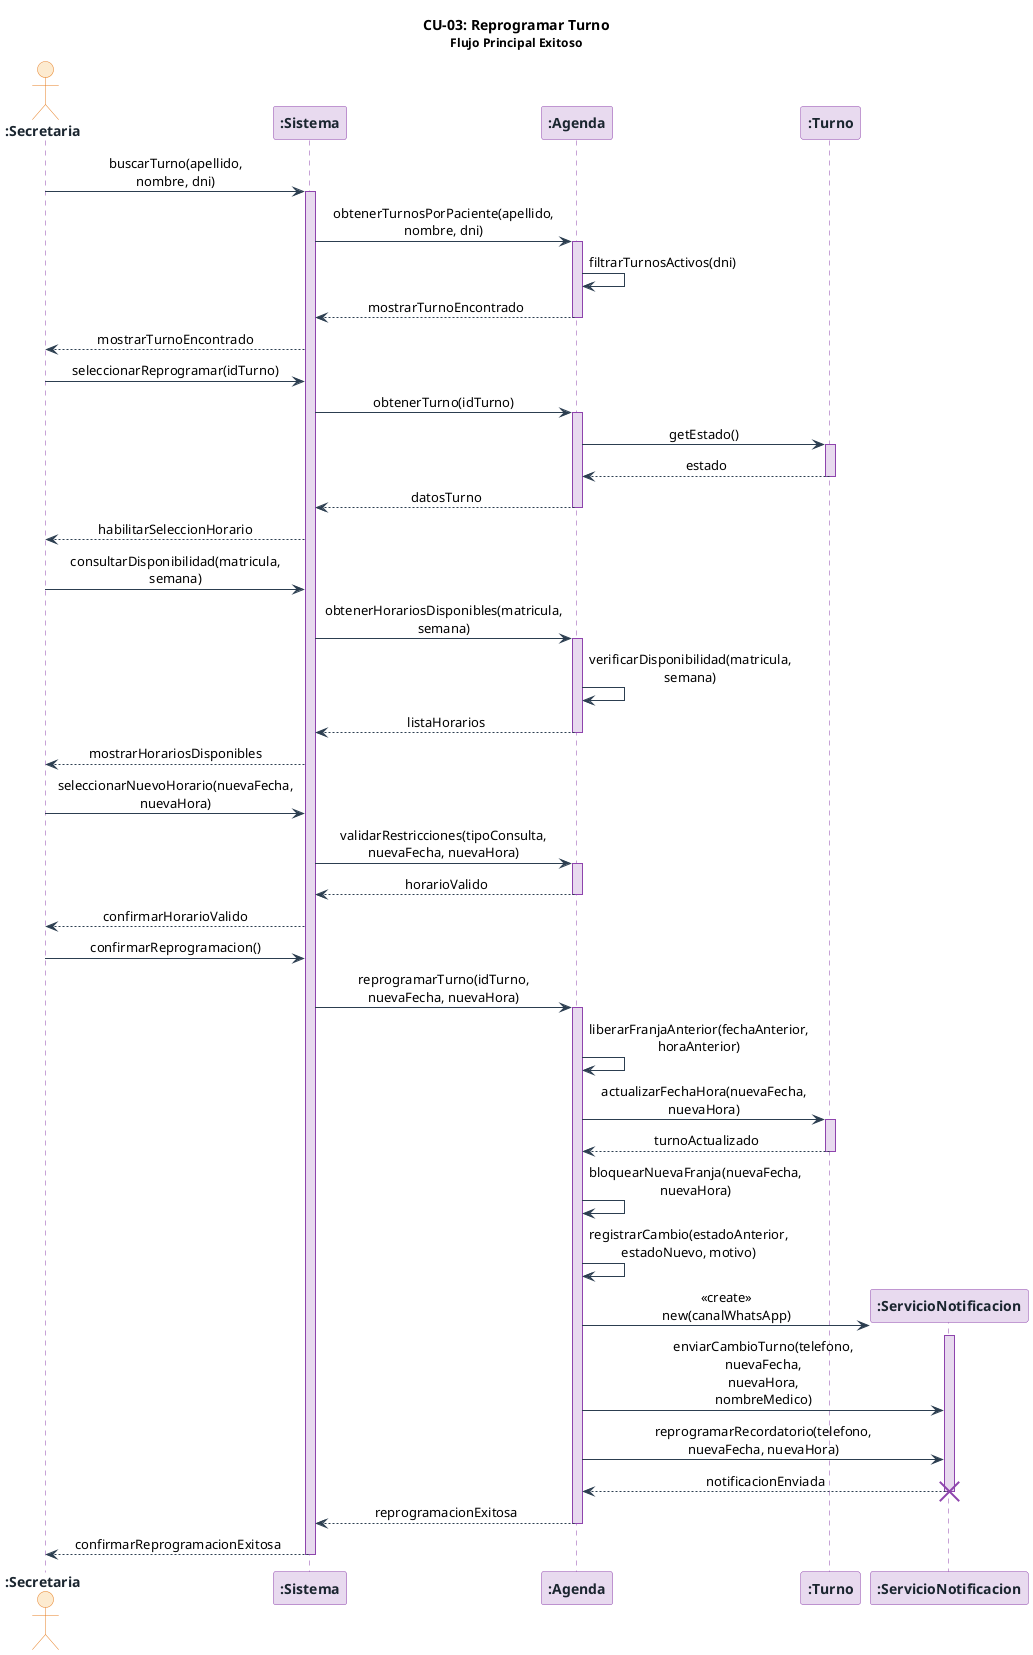
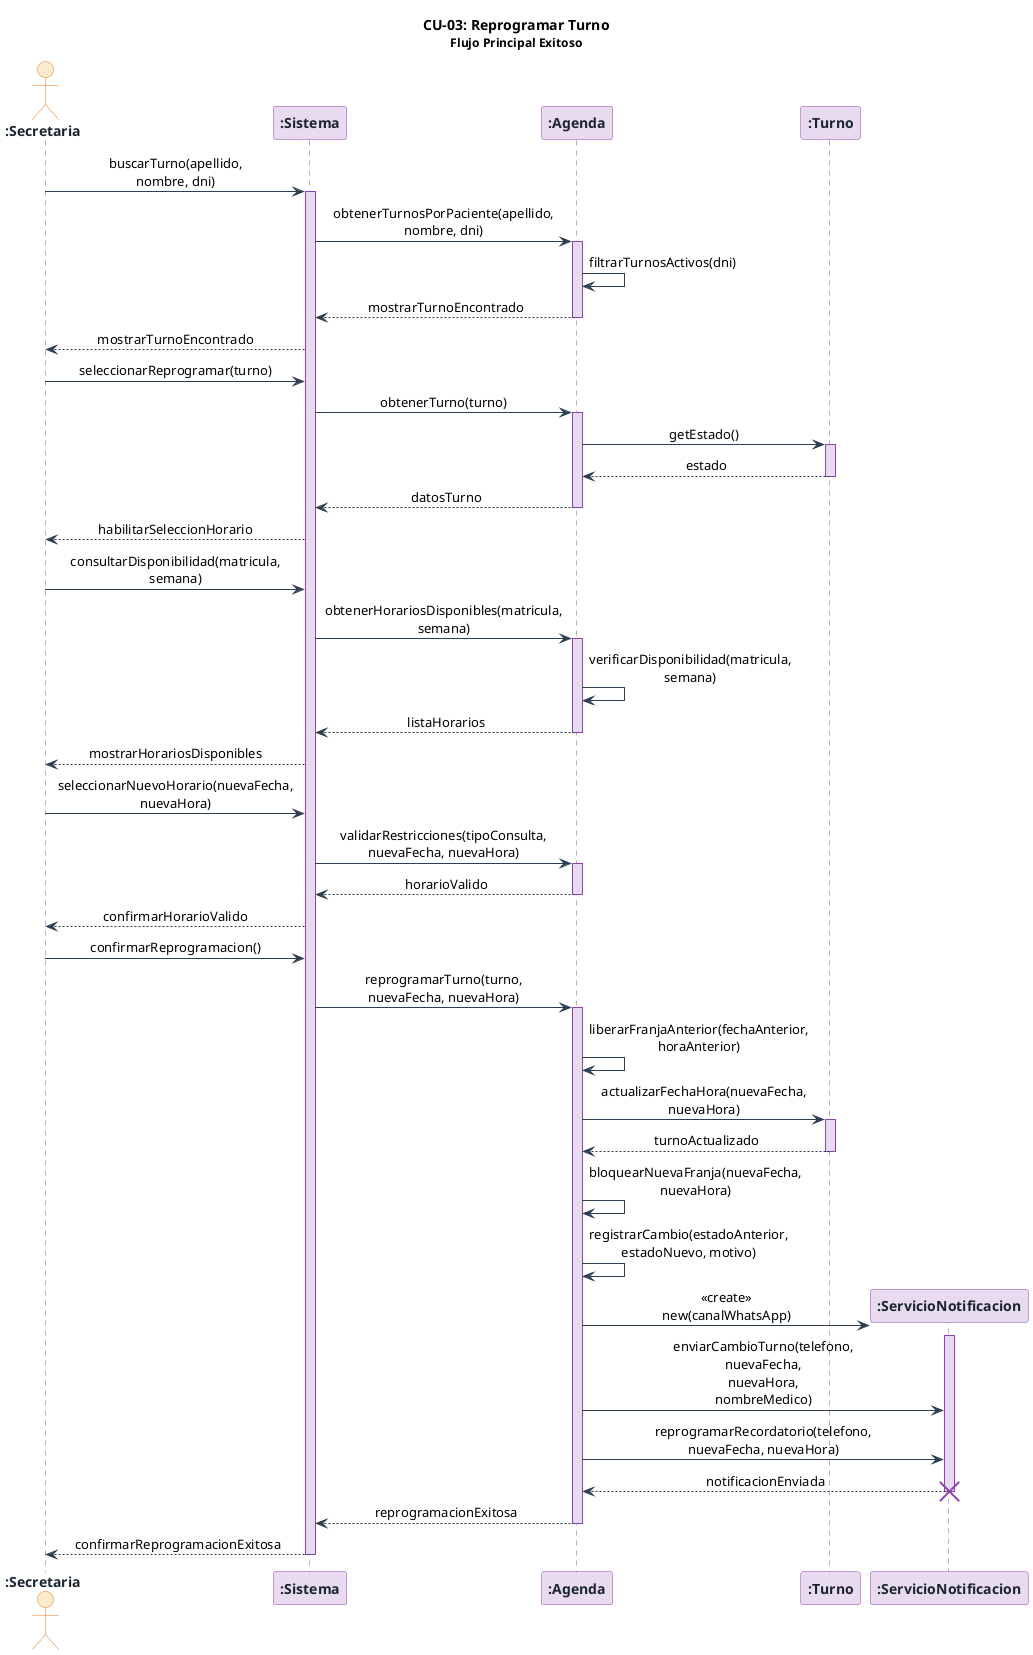
@startuml 05-cu03-reprogramar-turno

skinparam sequenceMessageAlign center
skinparam responseMessageBelowArrow true
skinparam maxMessageSize 160
skinparam sequence {
    ArrowColor          #2C3E50
    LifeLineBorderColor #8E44AD
    LifeLineBackgroundColor #E8DAEF
    BoxBackgroundColor  #FDFEFE
    BoxBorderColor      #2C3E50
}
skinparam participant {
    BackgroundColor #E8DAEF
    BorderColor     #8E44AD
    FontColor       #1A252F
    FontStyle       bold
}
skinparam actor {
    BackgroundColor #FDEBD0
    BorderColor     #E67E22
    FontColor       #1A252F
    FontStyle       bold
}

title **CU-03: Reprogramar Turno**\n<size:12>Flujo Principal Exitoso</size>

actor       ":Secretaria"               as secretaria
participant ":Sistema"                  as sistema
participant ":Agenda"                   as agenda
participant ":Turno"                    as turno
participant ":ServicioNotificacion"     as svcNotificacion

' ── 1. La secretaria busca el turno del paciente (paso 2) ──────────────────
secretaria  ->  sistema             : buscarTurno(apellido, nombre, dni)
activate sistema
sistema     ->  agenda              : obtenerTurnosPorPaciente(apellido, nombre, dni)
activate agenda
agenda      ->  agenda              : filtrarTurnosActivos(dni)
agenda      -->  sistema            : mostrarTurnoEncontrado
deactivate agenda
sistema     -->  secretaria         : mostrarTurnoEncontrado

' ── 2. La secretaria selecciona el turno y elige "Reprogramar" (pasos 3-4) ─
- secretaria  ->  sistema             : seleccionarReprogramar(idTurno)
- sistema     ->  agenda              : obtenerTurno(idTurno)
+ secretaria  ->  sistema             : seleccionarReprogramar(turno)
+ sistema     ->  agenda              : obtenerTurno(turno)
activate agenda
agenda      ->  turno               : getEstado()
activate turno
turno       -->  agenda             : estado
deactivate turno
agenda      -->  sistema            : datosTurno
deactivate agenda
sistema     -->  secretaria         : habilitarSeleccionHorario

' ── 3. El sistema presenta el calendario con horarios disponibles (paso 5) ─
secretaria  ->  sistema             : consultarDisponibilidad(matricula, semana)
sistema     ->  agenda              : obtenerHorariosDisponibles(matricula, semana)
activate agenda
agenda      ->  agenda              : verificarDisponibilidad(matricula, semana)
agenda      -->  sistema            : listaHorarios
deactivate agenda
sistema     -->  secretaria         : mostrarHorariosDisponibles

' ── 4. La secretaria selecciona el nuevo día y horario (paso 6) ────────────
secretaria  ->  sistema             : seleccionarNuevoHorario(nuevaFecha, nuevaHora)
sistema     ->  agenda              : validarRestricciones(tipoConsulta, nuevaFecha, nuevaHora)
activate agenda
agenda      -->  sistema            : horarioValido
deactivate agenda
sistema     -->  secretaria         : confirmarHorarioValido

' ── 5. La secretaria confirma la reprogramación (paso 7) ───────────────────
secretaria  ->  sistema             : confirmarReprogramacion()
- sistema     ->  agenda              : reprogramarTurno(idTurno, nuevaFecha, nuevaHora)
+ sistema     ->  agenda              : reprogramarTurno(turno, nuevaFecha, nuevaHora)
activate agenda

' ── 6. El sistema libera la franja anterior (paso 8) ───────────────────────
agenda      ->  agenda              : liberarFranjaAnterior(fechaAnterior, horaAnterior)

' ── 7. El sistema actualiza el turno y bloquea la nueva franja (paso 9) ────
agenda      ->  turno               : actualizarFechaHora(nuevaFecha, nuevaHora)
activate turno
turno       -->  agenda             : turnoActualizado
deactivate turno
agenda      ->  agenda              : bloquearNuevaFranja(nuevaFecha, nuevaHora)

' ── 8. Registro obligatorio del historial de cambio (paso 9 - RNF4) ────────
agenda      ->  agenda              : registrarCambio(estadoAnterior,\nestadoNuevo, motivo)

' ── 9. El sistema notifica al paciente por WhatsApp (paso 10 - RF7) ─────────
create svcNotificacion
agenda      ->  svcNotificacion     : <<create>>\nnew(canalWhatsApp)
activate svcNotificacion
agenda      ->  svcNotificacion     : enviarCambioTurno(telefono, nuevaFecha,\nnuevaHora, nombreMedico)
agenda      ->  svcNotificacion     : reprogramarRecordatorio(telefono,\nnuevaFecha, nuevaHora)
svcNotificacion -->  agenda         : notificacionEnviada
destroy svcNotificacion
deactivate svcNotificacion

agenda      -->  sistema            : reprogramacionExitosa
deactivate agenda

' ── 10. El sistema confirma la reprogramación exitosa en pantalla (paso 11) ─
sistema     -->  secretaria         : confirmarReprogramacionExitosa
deactivate sistema

@enduml
